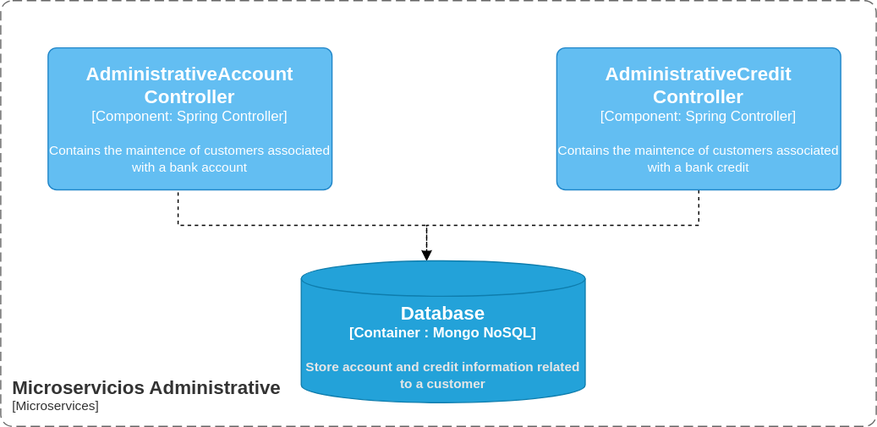
Above: img/modelc4_3_2.svg in josematosvicente/exam_pichinga (draw.io), before the change. Source tidied: cells renumbered, new cells last; positions are measured from the earlier drawing's top-left corner, leaving out a move shared by most shapes.
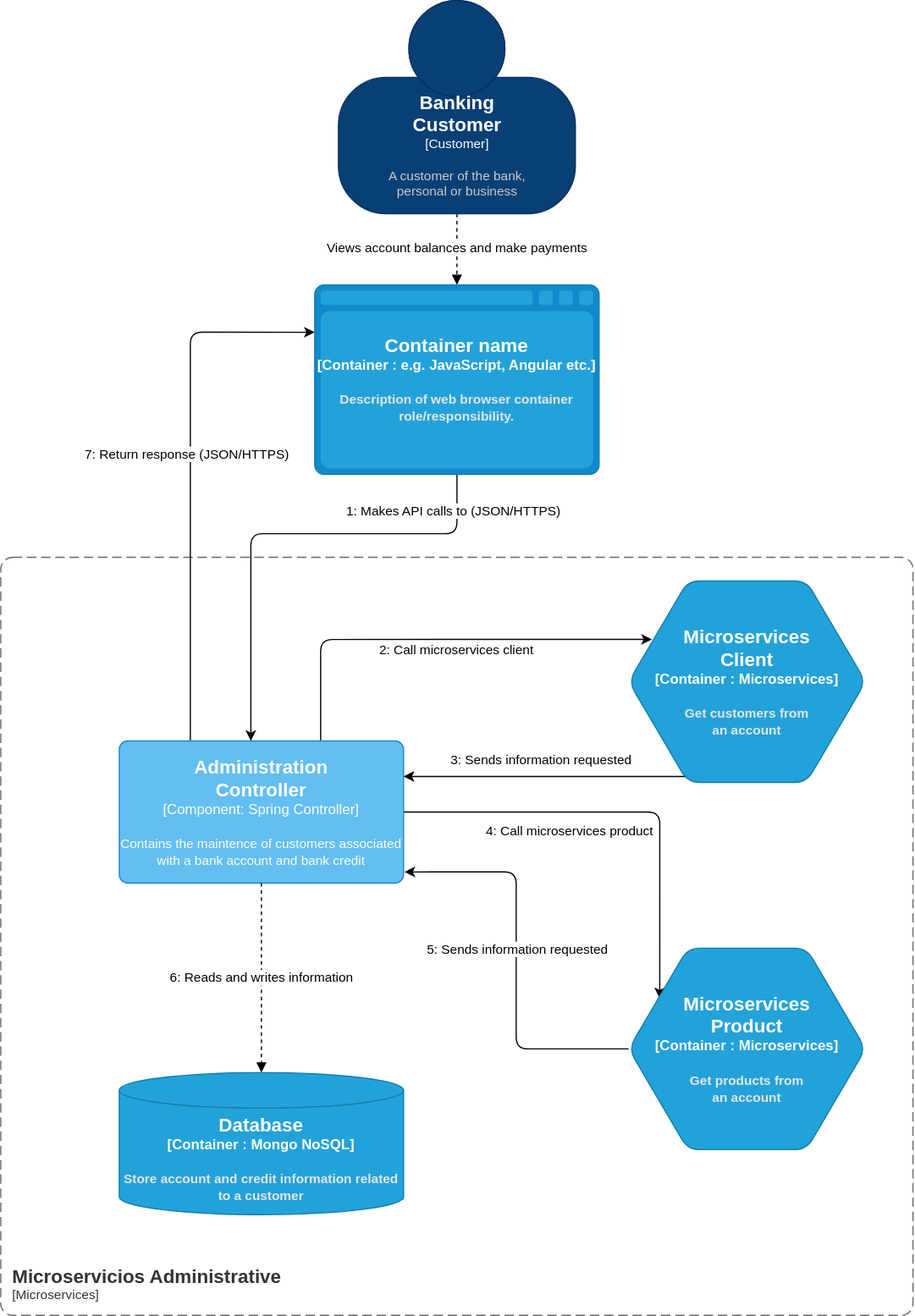
The same file after the commit.

Diff of the diagram source:
```diff
@@ -4,39 +4,105 @@
     <mxCell id="1" parent="0" />
     <object id="2" label="&lt;font style=&quot;font-size: 16px&quot;&gt;&lt;b&gt;&lt;div style=&quot;text-align: left&quot;&gt;%c4Name%&lt;/div&gt;&lt;/b&gt;&lt;/font&gt;&lt;div style=&quot;text-align: left&quot;&gt;[%c4Application%]&lt;/div&gt;" c4Application="Microservices" c4Name="Microservicios Administrative" c4Type="ContainerScopeBoundary" placeholders="1">
       <mxCell style="rounded=1;fontSize=11;whiteSpace=wrap;html=1;dashed=1;arcSize=20;fillColor=none;strokeColor=#666666;fontColor=#333333;labelBackgroundColor=none;align=left;verticalAlign=bottom;labelBorderColor=none;spacingTop=0;spacing=10;dashPattern=8 4;perimeter=rectanglePerimeter;noLabel=0;labelPadding=0;absoluteArcSize=1;" parent="1" vertex="1">
-        <mxGeometry width="740" height="360" as="geometry" />
+        <mxGeometry x="-21" y="360" width="770" height="640" as="geometry" />
       </mxCell>
     </object>
-    <object id="3" label="&lt;font style=&quot;font-size: 16px&quot;&gt;&lt;b&gt;%c4Name%&lt;/b&gt;&lt;/font&gt;&lt;div&gt;[%c4Type%: %c4Technology%]&lt;/div&gt;&lt;br&gt;&lt;div&gt;&lt;font style=&quot;font-size: 11px&quot;&gt;%c4Description%&lt;/font&gt;&lt;/div&gt;" c4Description="Contains the maintence of customers associated with a bank account" c4Name="AdministrativeAccount&#10;Controller" c4Technology="Spring Controller" c4Type="Component" placeholders="1">
-      <mxCell style="rounded=1;whiteSpace=wrap;html=1;labelBackgroundColor=none;fillColor=#63BEF2;fontColor=#ffffff;align=center;arcSize=6;strokeColor=#2086C9;points=[[0.25,0,0],[0.5,0,0],[0.75,0,0],[1,0.25,0],[1,0.5,0],[1,0.75,0],[0.75,1,0],[0.5,1,0],[0.25,1,0],[0,0.75,0],[0,0.5,0],[0,0.25,0]];" parent="1" vertex="1">
-        <mxGeometry x="40" y="40" width="240" height="120" as="geometry" />
-      </mxCell>
-    </object>
-    <mxCell id="4" style="edgeStyle=orthogonalEdgeStyle;rounded=0;jettySize=auto;html=1;dashed=1;" parent="1" edge="1" source="5" target="7">
-      <mxGeometry relative="1" as="geometry">
-        <Array as="points">
-          <mxPoint x="590" y="190" />
-          <mxPoint x="360" y="190" />
-        </Array>
-      </mxGeometry>
-    </mxCell>
-    <object id="5" label="&lt;font style=&quot;font-size: 16px&quot;&gt;&lt;b&gt;%c4Name%&lt;/b&gt;&lt;/font&gt;&lt;div&gt;[%c4Type%: %c4Technology%]&lt;/div&gt;&lt;br&gt;&lt;div&gt;&lt;font style=&quot;font-size: 11px&quot;&gt;%c4Description%&lt;/font&gt;&lt;/div&gt;" c4Description="Contains the maintence of customers associated with a bank credit" c4Name="AdministrativeCredit&#10;Controller" c4Technology="Spring Controller" c4Type="Component" placeholders="1">
-      <mxCell style="rounded=1;whiteSpace=wrap;html=1;labelBackgroundColor=none;fillColor=#63BEF2;fontColor=#ffffff;align=center;arcSize=6;strokeColor=#2086C9;points=[[0.25,0,0],[0.5,0,0],[0.75,0,0],[1,0.25,0],[1,0.5,0],[1,0.75,0],[0.75,1,0],[0.5,1,0],[0.25,1,0],[0,0.75,0],[0,0.5,0],[0,0.25,0]];" parent="1" vertex="1">
-        <mxGeometry x="470" y="40" width="240" height="120" as="geometry" />
-      </mxCell>
-    </object>
-    <mxCell id="6" style="edgeStyle=orthogonalEdgeStyle;rounded=0;jettySize=auto;html=1;dashed=1;endArrow=block;endFill=1;exitX=0.458;exitY=1.017;exitDx=0;exitDy=0;exitPerimeter=0;" parent="1" edge="1" source="3" target="7">
-      <mxGeometry relative="1" as="geometry">
-        <Array as="points">
-          <mxPoint x="150" y="190" />
-          <mxPoint x="360" y="190" />
-        </Array>
-      </mxGeometry>
-    </mxCell>
+    <mxCell id="8" style="edgeStyle=orthogonalEdgeStyle;jettySize=auto;html=1;entryX=0.098;entryY=0.29;entryDx=0;entryDy=0;entryPerimeter=0;rounded=1;" parent="1" edge="1" source="14" target="18">
+      <mxGeometry relative="1" as="geometry">
+        <Array as="points">
+          <mxPoint x="249" y="429" />
+        </Array>
+      </mxGeometry>
+    </mxCell>
+    <mxCell id="9" value="2: Call microservices client&amp;nbsp;" style="edgeLabel;html=1;align=center;verticalAlign=middle;" parent="8" vertex="1">
+      <mxGeometry x="0.1" y="-8" relative="1" as="geometry" />
+    </mxCell>
+    <mxCell id="10" style="edgeStyle=orthogonalEdgeStyle;rounded=1;sketch=0;jettySize=auto;html=1;entryX=0.131;entryY=0.249;entryDx=0;entryDy=0;entryPerimeter=0;" parent="1" edge="1" source="14" target="21">
+      <mxGeometry relative="1" as="geometry">
+        <Array as="points">
+          <mxPoint x="535" y="575" />
+        </Array>
+      </mxGeometry>
+    </mxCell>
+    <mxCell id="11" value="4: Call microservices product" style="edgeLabel;html=1;align=center;verticalAlign=middle;" parent="10" vertex="1">
+      <mxGeometry x="0.01" relative="1" as="geometry">
+        <mxPoint x="-50" y="15" as="offset" />
+      </mxGeometry>
+    </mxCell>
+    <mxCell id="12" style="edgeStyle=orthogonalEdgeStyle;rounded=1;sketch=0;jettySize=auto;html=1;exitX=0.25;exitY=0;exitDx=0;exitDy=0;exitPerimeter=0;entryX=0;entryY=0.25;entryDx=0;entryDy=0;entryPerimeter=0;" parent="1" edge="1" source="14" target="26">
+      <mxGeometry relative="1" as="geometry" />
+    </mxCell>
+    <mxCell id="13" value="7: Return response (JSON/HTTPS)" style="edgeLabel;html=1;align=center;verticalAlign=middle;" parent="12" vertex="1">
+      <mxGeometry x="0.08" y="4" relative="1" as="geometry" />
+    </mxCell>
+    <object id="14" label="&lt;font style=&quot;font-size: 16px&quot;&gt;&lt;b&gt;%c4Name%&lt;/b&gt;&lt;/font&gt;&lt;div&gt;[%c4Type%: %c4Technology%]&lt;/div&gt;&lt;br&gt;&lt;div&gt;&lt;font style=&quot;font-size: 11px&quot;&gt;%c4Description%&lt;/font&gt;&lt;/div&gt;" c4Description="Contains the maintence of customers associated with a bank account and bank credit" c4Name="Administration&#10;Controller" c4Technology="Spring Controller" c4Type="Component" placeholders="1">
+      <mxCell style="rounded=1;whiteSpace=wrap;html=1;labelBackgroundColor=none;fillColor=#63BEF2;fontColor=#ffffff;align=center;arcSize=6;strokeColor=#2086C9;points=[[0.25,0,0],[0.5,0,0],[0.75,0,0],[1,0.25,0],[1,0.5,0],[1,0.75,0],[0.75,1,0],[0.5,1,0],[0.25,1,0],[0,0.75,0],[0,0.5,0],[0,0.25,0]];" parent="1" vertex="1">
+        <mxGeometry x="79" y="515" width="240" height="120" as="geometry" />
+      </mxCell>
+    </object>
+    <mxCell id="15" value="&lt;span style=&quot;color: rgb(0, 0, 0); font-family: Helvetica; font-size: 11px; font-style: normal; font-variant-ligatures: normal; font-variant-caps: normal; font-weight: 400; letter-spacing: normal; orphans: 2; text-align: center; text-indent: 0px; text-transform: none; widows: 2; word-spacing: 0px; -webkit-text-stroke-width: 0px; background-color: rgb(255, 255, 255); text-decoration-thickness: initial; text-decoration-style: initial; text-decoration-color: initial; float: none; display: inline !important;&quot;&gt;6: Reads and writes information&lt;/span&gt;" style="edgeStyle=orthogonalEdgeStyle;rounded=0;jettySize=auto;html=1;dashed=1;endArrow=block;endFill=1;exitX=0.5;exitY=1;exitDx=0;exitDy=0;exitPerimeter=0;" parent="1" edge="1" source="14" target="7">
+      <mxGeometry relative="1" as="geometry" />
+    </mxCell>
     <object id="7" label="&lt;font style=&quot;font-size: 16px&quot;&gt;&lt;b&gt;%c4Type%&lt;/font&gt;&lt;div&gt;[%c4Container%:&amp;nbsp;%c4Technology%]&lt;/div&gt;&lt;br&gt;&lt;div&gt;&lt;font style=&quot;font-size: 11px&quot;&gt;&lt;font color=&quot;#E6E6E6&quot;&gt;%c4Description%&lt;/font&gt;&lt;/div&gt;" c4Container="Container " c4Description="Store account and credit information related to a customer" c4Technology="Mongo NoSQL" c4Type="Database" placeholders="1">
       <mxCell style="shape=cylinder3;size=15;whiteSpace=wrap;html=1;boundedLbl=1;rounded=0;labelBackgroundColor=none;fillColor=#23A2D9;fontSize=12;fontColor=#ffffff;align=center;strokeColor=#0E7DAD;points=[[0.5,0,0],[1,0.25,0],[1,0.5,0],[1,0.75,0],[0.5,1,0],[0,0.75,0],[0,0.5,0],[0,0.25,0]];" parent="1" vertex="1">
-        <mxGeometry x="254" y="220" width="240" height="120" as="geometry" />
+        <mxGeometry x="79" y="795" width="240" height="120" as="geometry" />
       </mxCell>
     </object>
+    <mxCell id="16" style="edgeStyle=orthogonalEdgeStyle;jettySize=auto;html=1;entryX=1;entryY=0.25;entryDx=0;entryDy=0;entryPerimeter=0;rounded=1;exitX=0.5;exitY=1;exitDx=0;exitDy=0;exitPerimeter=0;" parent="1" edge="1" source="18" target="14">
+      <mxGeometry relative="1" as="geometry">
+        <Array as="points">
+          <mxPoint x="609" y="545" />
+        </Array>
+      </mxGeometry>
+    </mxCell>
+    <mxCell id="17" value="3: Sends information requested" style="edgeLabel;html=1;align=center;verticalAlign=middle;" parent="16" vertex="1">
+      <mxGeometry x="0.22" y="-23" relative="1" as="geometry">
+        <mxPoint y="8" as="offset" />
+      </mxGeometry>
+    </mxCell>
+    <object id="18" label="&lt;font style=&quot;font-size: 16px&quot;&gt;&lt;b&gt;%c4Type%&lt;/font&gt;&lt;div&gt;[%c4Container%:&amp;nbsp;%c4Technology%]&lt;/div&gt;&lt;br&gt;&lt;div&gt;&lt;font style=&quot;font-size: 11px&quot;&gt;&lt;font color=&quot;#E6E6E6&quot;&gt;%c4Description%&lt;/font&gt;&lt;/div&gt;" c4Container="Container " c4Description="Get customers from &#10;an account" c4Technology="Microservices" c4Type="Microservices &#10;Client" placeholders="1">
+      <mxCell style="shape=hexagon;size=50;perimeter=hexagonPerimeter2;whiteSpace=wrap;html=1;fixedSize=1;rounded=1;labelBackgroundColor=none;fillColor=#23A2D9;fontSize=12;fontColor=#ffffff;align=center;strokeColor=#0E7DAD;points=[[0.5,0,0],[1,0.25,0],[1,0.5,0],[1,0.75,0],[0.5,1,0],[0,0.75,0],[0,0.5,0],[0,0.25,0]];" parent="1" vertex="1">
+        <mxGeometry x="509" y="380" width="200" height="170" as="geometry" />
+      </mxCell>
+    </object>
+    <mxCell id="19" style="edgeStyle=orthogonalEdgeStyle;rounded=1;sketch=0;jettySize=auto;html=1;entryX=1.003;entryY=0.922;entryDx=0;entryDy=0;entryPerimeter=0;" parent="1" edge="1" source="21" target="14">
+      <mxGeometry relative="1" as="geometry" />
+    </mxCell>
+    <mxCell id="20" value="5: Sends information requested" style="edgeLabel;html=1;align=center;verticalAlign=middle;" parent="19" vertex="1">
+      <mxGeometry x="0.14" relative="1" as="geometry">
+        <mxPoint y="13" as="offset" />
+      </mxGeometry>
+    </mxCell>
+    <object id="21" label="&lt;font style=&quot;font-size: 16px&quot;&gt;&lt;b&gt;%c4Type%&lt;/font&gt;&lt;div&gt;[%c4Container%:&amp;nbsp;%c4Technology%]&lt;/div&gt;&lt;br&gt;&lt;div&gt;&lt;font style=&quot;font-size: 11px&quot;&gt;&lt;font color=&quot;#E6E6E6&quot;&gt;%c4Description%&lt;/font&gt;&lt;/div&gt;" c4Container="Container " c4Description="Get products from &#10;an account" c4Technology="Microservices" c4Type="Microservices &#10;Product" placeholders="1">
+      <mxCell style="shape=hexagon;size=50;perimeter=hexagonPerimeter2;whiteSpace=wrap;html=1;fixedSize=1;rounded=1;labelBackgroundColor=none;fillColor=#23A2D9;fontSize=12;fontColor=#ffffff;align=center;strokeColor=#0E7DAD;points=[[0.5,0,0],[1,0.25,0],[1,0.5,0],[1,0.75,0],[0.5,1,0],[0,0.75,0],[0,0.5,0],[0,0.25,0]];" parent="1" vertex="1">
+        <mxGeometry x="509" y="690" width="200" height="170" as="geometry" />
+      </mxCell>
+    </object>
+    <mxCell id="22" value="&lt;span style=&quot;color: rgb(0, 0, 0); font-family: Helvetica; font-size: 11px; font-style: normal; font-variant-ligatures: normal; font-variant-caps: normal; font-weight: 400; letter-spacing: normal; orphans: 2; text-align: center; text-indent: 0px; text-transform: none; widows: 2; word-spacing: 0px; -webkit-text-stroke-width: 0px; background-color: rgb(255, 255, 255); text-decoration-thickness: initial; text-decoration-style: initial; text-decoration-color: initial; float: none; display: inline !important;&quot;&gt;Views account balances and make payments&lt;/span&gt;" style="edgeStyle=orthogonalEdgeStyle;rounded=0;jettySize=auto;html=1;dashed=1;endArrow=block;endFill=1;" parent="1" edge="1" source="23" target="26">
+      <mxGeometry relative="1" as="geometry" />
+    </mxCell>
+    <object id="23" label="&lt;font style=&quot;font-size: 16px&quot;&gt;&lt;b&gt;%c4Name%&lt;/b&gt;&lt;/font&gt;&lt;div&gt;[%c4Type%]&lt;/div&gt;&lt;br&gt;&lt;div&gt;&lt;font style=&quot;font-size: 11px&quot;&gt;&lt;font color=&quot;#cccccc&quot;&gt;%c4Description%&lt;/font&gt;&lt;/div&gt;" c4Description="A customer of the bank,&#10; personal or business" c4Name="Banking &#10;Customer" c4Type="Customer" placeholders="1">
+      <mxCell style="html=1;fontSize=11;dashed=0;whitespace=wrap;fillColor=#083F75;strokeColor=#06315C;fontColor=#ffffff;shape=mxgraph.c4.person2;align=center;points=[[0.5,0,0],[1,0.5,0],[1,0.75,0],[0.75,1,0],[0.5,1,0],[0.25,1,0],[0,0.75,0],[0,0.5,0]];" parent="1" vertex="1">
+        <mxGeometry x="264" y="-110" width="200" height="180" as="geometry" />
+      </mxCell>
+    </object>
+    <mxCell id="24" style="edgeStyle=orthogonalEdgeStyle;rounded=1;sketch=0;jettySize=auto;html=1;" parent="1" edge="1" source="26" target="14">
+      <mxGeometry relative="1" as="geometry">
+        <Array as="points">
+          <mxPoint x="364" y="340" />
+          <mxPoint x="190" y="340" />
+        </Array>
+      </mxGeometry>
+    </mxCell>
+    <mxCell id="25" value="1: Makes API calls to (JSON/HTTPS)" style="edgeLabel;html=1;align=center;verticalAlign=middle;" parent="24" vertex="1">
+      <mxGeometry x="0.34" relative="1" as="geometry">
+        <mxPoint x="170" y="-63" as="offset" />
+      </mxGeometry>
+    </mxCell>
+    <object id="26" label="&lt;font style=&quot;font-size: 16px&quot;&gt;&lt;b&gt;%c4Type%&lt;/font&gt;&lt;div&gt;[%c4Container%:&amp;nbsp;%c4Technology%]&lt;/div&gt;&lt;br&gt;&lt;div&gt;&lt;font style=&quot;font-size: 11px&quot;&gt;&lt;font color=&quot;#E6E6E6&quot;&gt;%c4Description%&lt;/font&gt;&lt;/div&gt;" c4Container="Container " c4Description="Description of web browser container role/responsibility." c4Technology="e.g. JavaScript, Angular etc." c4Type="Container name" placeholders="1">
+      <mxCell style="shape=mxgraph.c4.webBrowserContainer;whiteSpace=wrap;html=1;boundedLbl=1;rounded=0;labelBackgroundColor=none;fillColor=#118ACD;fontSize=12;fontColor=#ffffff;align=center;strokeColor=#0E7DAD;points=[[0.5,0,0],[1,0.25,0],[1,0.5,0],[1,0.75,0],[0.5,1,0],[0,0.75,0],[0,0.5,0],[0,0.25,0]];" parent="1" vertex="1">
+        <mxGeometry x="244" y="130" width="240" height="160" as="geometry" />
+      </mxCell>
+    </object>
   </root>
 </mxGraphModel>
```
